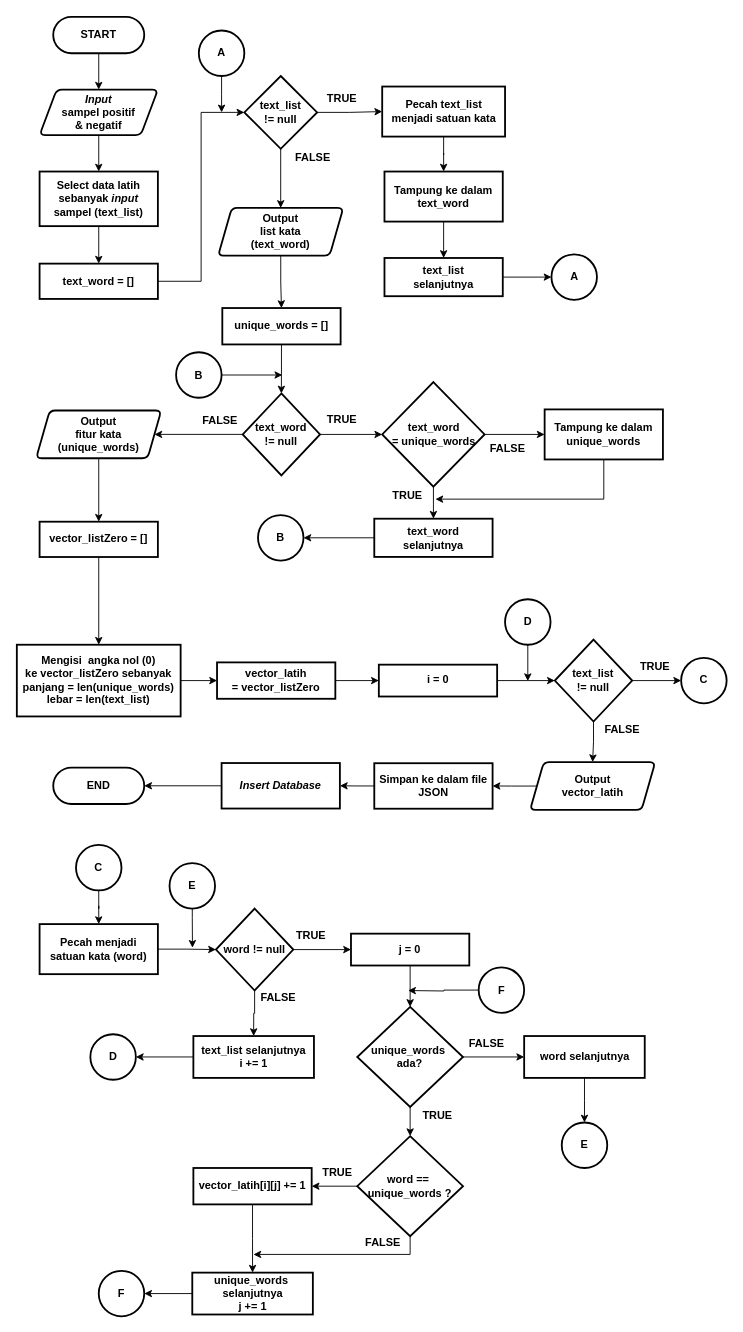
The draw.io diagram Dokumen TA/Paper/Flowchart/Flowchart proses modeling.drawio in muspriandi/TextMining-SentimentAnalysis, before the edit. Source tidied: cells renumbered, new cells numbered last; positions are measured from the earlier drawing's top-left corner, leaving out a move shared by most shapes. Both pictures are drawn from the tidied source at 91%, with x=0, y=0 at pixel (16, 16).
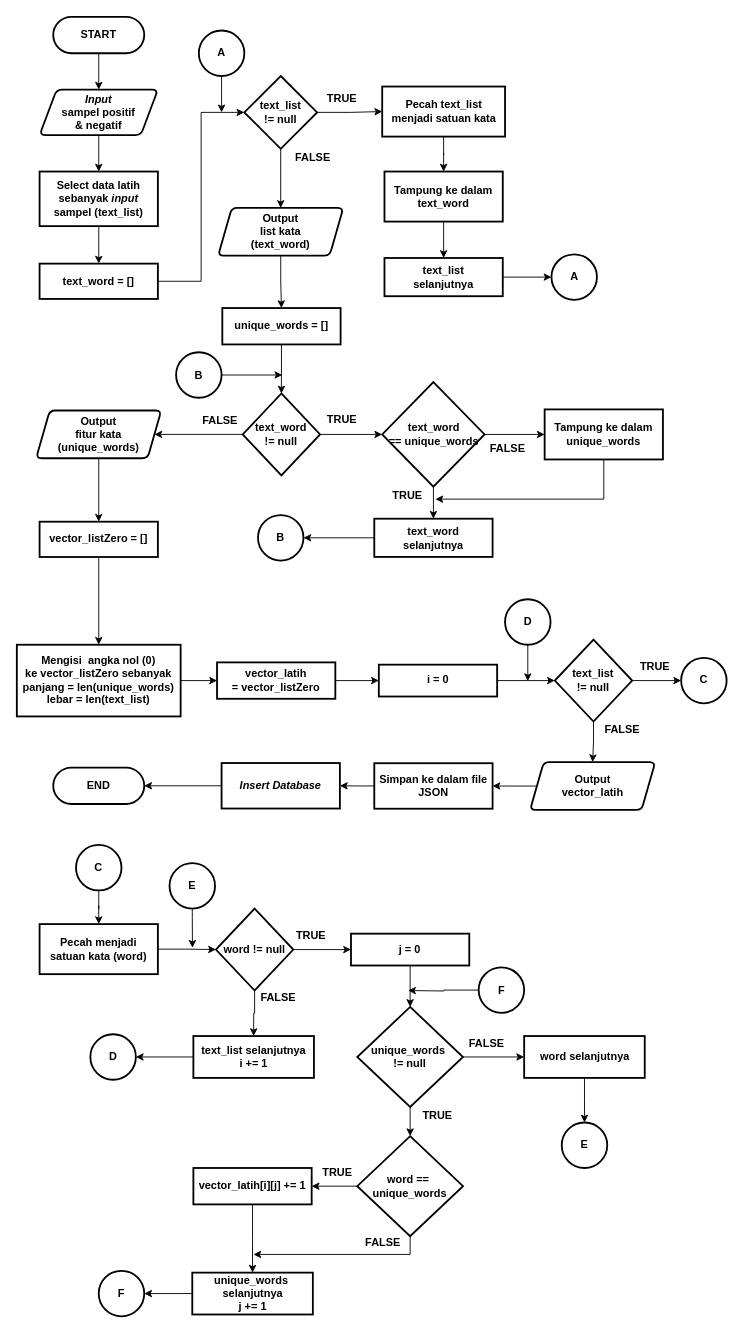
The same page after the edit.

What changed in the source:
```diff
@@
-    <mxCell id="17" value="text_word &lt;br&gt;= unique_words" style="strokeWidth=2;html=1;shape=mxgraph.flowchart.decision;whiteSpace=wrap;fontStyle=1;" parent="1" vertex="1">
+    <mxCell id="17" value="text_word &lt;br&gt;== unique_words" style="strokeWidth=2;html=1;shape=mxgraph.flowchart.decision;whiteSpace=wrap;fontStyle=1;" parent="1" vertex="1">
       <mxGeometry x="401.5" y="401.4" width="112.5" height="115" as="geometry" />
     </mxCell>
@@
-    <mxCell id="63" value="&lt;b&gt;unique_words&amp;nbsp;&lt;br&gt;&lt;/b&gt;ada?" style="strokeWidth=2;html=1;shape=mxgraph.flowchart.decision;whiteSpace=wrap;fontStyle=1;" parent="1" vertex="1">
+    <mxCell id="63" value="&lt;b&gt;unique_words&amp;nbsp;&lt;br&gt;&lt;/b&gt;!= null" style="strokeWidth=2;html=1;shape=mxgraph.flowchart.decision;whiteSpace=wrap;fontStyle=1;" parent="1" vertex="1">
       <mxGeometry x="374.1" y="1088" width="116.2" height="110" as="geometry" />
     </mxCell>
@@
-    <mxCell id="66" value="word ==&amp;nbsp;&lt;br&gt;&lt;b&gt;unique_words ?&lt;/b&gt;" style="strokeWidth=2;html=1;shape=mxgraph.flowchart.decision;whiteSpace=wrap;fontStyle=1;" parent="1" vertex="1">
+    <mxCell id="66" value="word ==&amp;nbsp;&lt;br&gt;&lt;b&gt;unique_words&lt;/b&gt;" style="strokeWidth=2;html=1;shape=mxgraph.flowchart.decision;whiteSpace=wrap;fontStyle=1;" parent="1" vertex="1">
       <mxGeometry x="374.1" y="1230" width="116.2" height="110" as="geometry" />
     </mxCell>
```
